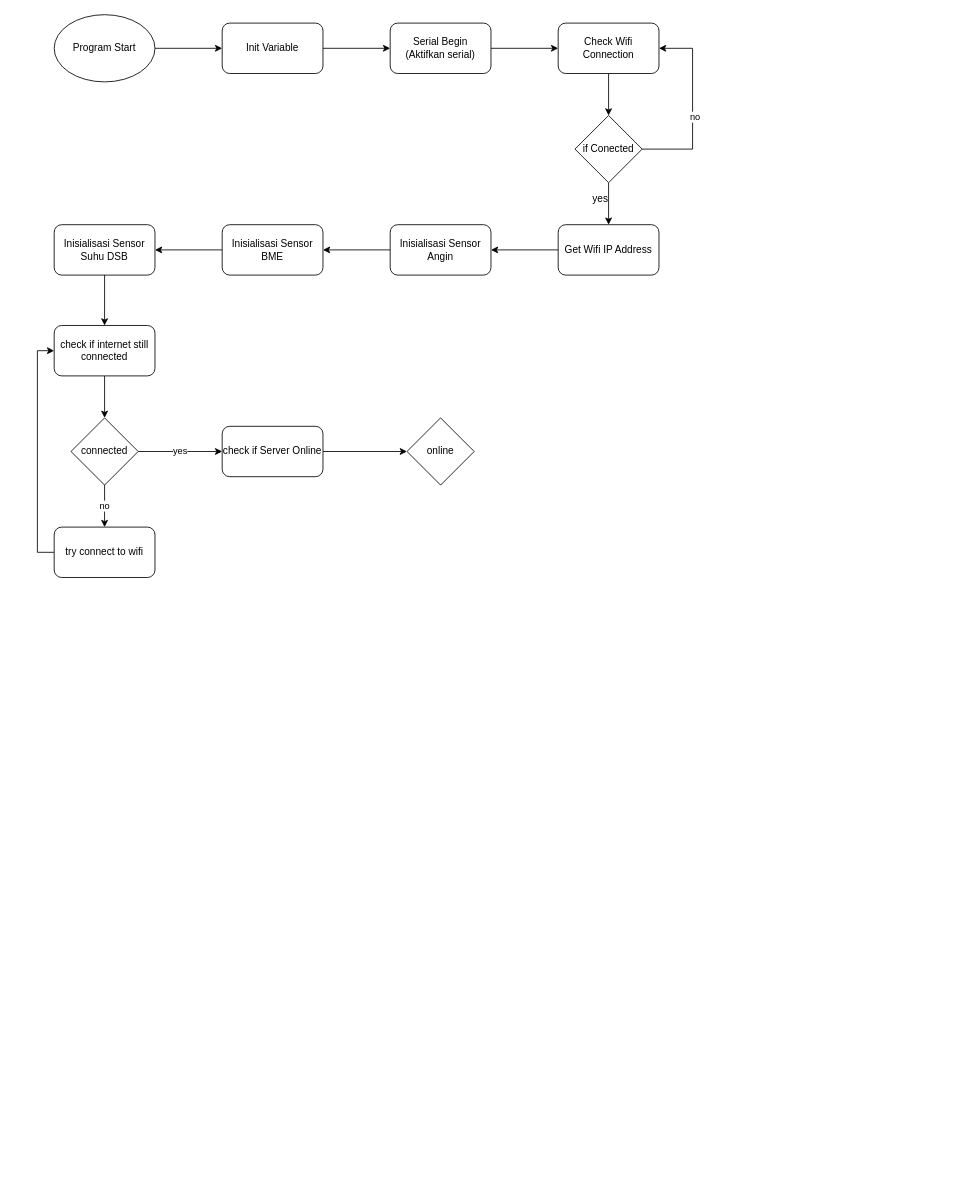
Earlier version of the draw.io diagram Untitled Diagram.drawio (PX-PTA/DWeather). Source tidied: cells renumbered, new cells numbered last; positions are measured from the earlier drawing's top-left corner, leaving out a move shared by most shapes. Both pictures are drawn from the tidied source at 84%, with x=0, y=0 at pixel (54, 14).
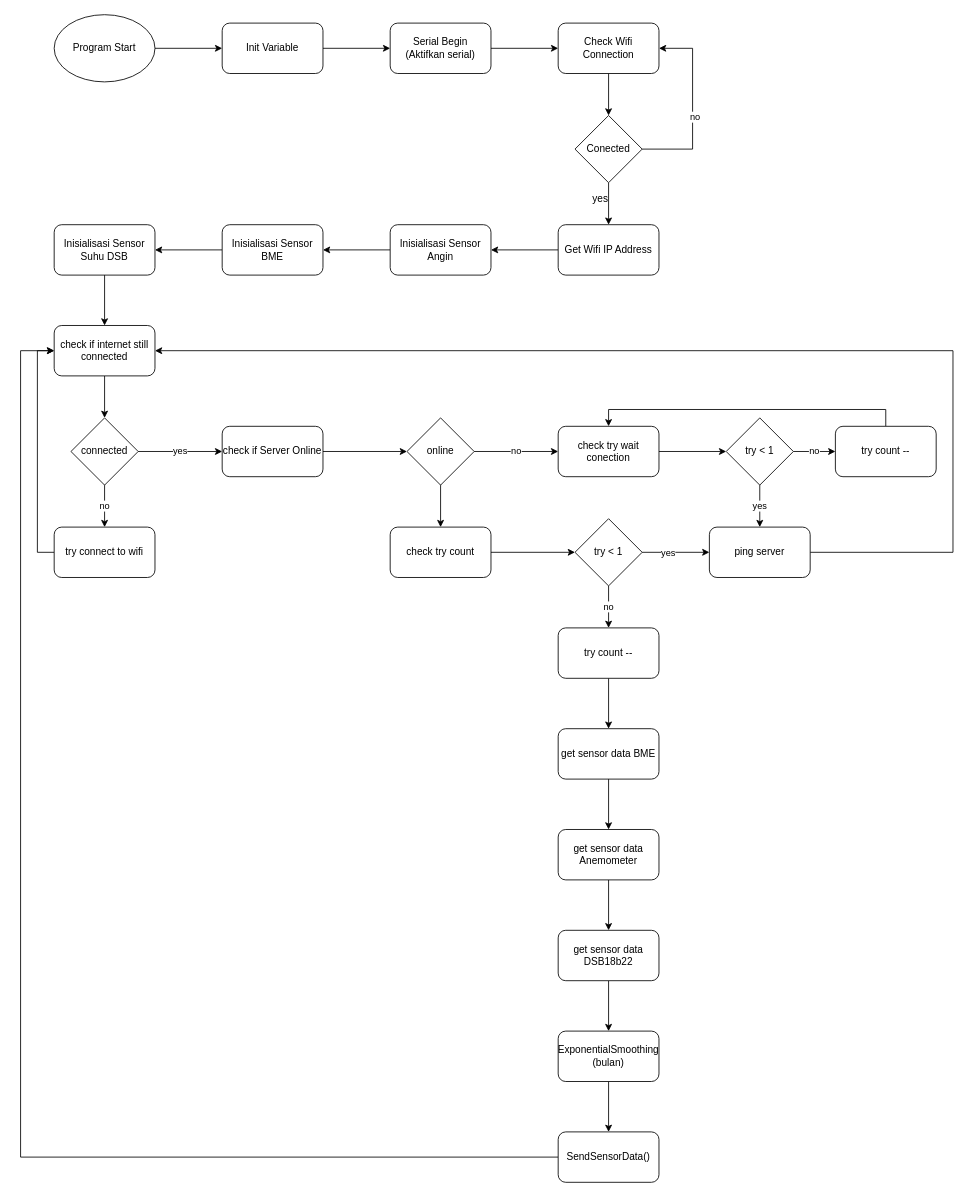
After the change.

The change refers to these unchanged cells:
```xml
<mxCell id="24" value="check if internet still connected" style="rounded=1;whiteSpace=wrap;html=1;" parent="1" vertex="1">
  <mxGeometry y="370" width="120" height="60" as="geometry" />
</mxCell>
<mxCell id="30" value="online" style="rhombus;whiteSpace=wrap;html=1;" parent="1" vertex="1">
  <mxGeometry x="420" y="480" width="80" height="80" as="geometry" />
</mxCell>
```

Change to the diagram source:
```diff
@@
-    <mxCell id="21" value="if Conected" style="rhombus;whiteSpace=wrap;html=1;" parent="1" vertex="1">
+    <mxCell id="21" value="Conected" style="rhombus;whiteSpace=wrap;html=1;" parent="1" vertex="1">
       <mxGeometry x="620" y="120" width="80" height="80" as="geometry" />
     </mxCell>
@@
+    <mxCell id="33" value="no" style="edgeStyle=orthogonalEdgeStyle;rounded=0;jettySize=auto;html=1;entryX=0;entryY=0.5;entryDx=0;entryDy=0;" parent="1" edge="1" source="30" target="36">
+      <mxGeometry relative="1" as="geometry" />
+    </mxCell>
+    <mxCell id="34" style="edgeStyle=orthogonalEdgeStyle;rounded=0;jettySize=auto;html=1;exitX=0.5;exitY=1;exitDx=0;exitDy=0;" parent="1" edge="1" source="30" target="45">
+      <mxGeometry relative="1" as="geometry" />
+    </mxCell>
@@
+    <mxCell id="35" style="edgeStyle=orthogonalEdgeStyle;rounded=0;jettySize=auto;html=1;exitX=1;exitY=0.5;exitDx=0;exitDy=0;entryX=0;entryY=0.5;entryDx=0;entryDy=0;" parent="1" edge="1" source="36" target="39">
+      <mxGeometry relative="1" as="geometry" />
+    </mxCell>
+    <mxCell id="36" value="check try wait conection" style="rounded=1;whiteSpace=wrap;html=1;" parent="1" vertex="1">
+      <mxGeometry x="600" y="490" width="120" height="60" as="geometry" />
+    </mxCell>
+    <mxCell id="37" value="yes" style="edgeStyle=orthogonalEdgeStyle;rounded=0;jettySize=auto;html=1;exitX=0.5;exitY=1;exitDx=0;exitDy=0;entryX=0.5;entryY=0;entryDx=0;entryDy=0;" parent="1" edge="1" source="39" target="41">
+      <mxGeometry relative="1" as="geometry" />
+    </mxCell>
+    <mxCell id="38" value="no" style="edgeStyle=orthogonalEdgeStyle;rounded=0;jettySize=auto;html=1;exitX=1;exitY=0.5;exitDx=0;exitDy=0;entryX=0;entryY=0.5;entryDx=0;entryDy=0;" parent="1" edge="1" source="39" target="43">
+      <mxGeometry relative="1" as="geometry" />
+    </mxCell>
+    <mxCell id="39" value="try &amp;lt; 1" style="rhombus;whiteSpace=wrap;html=1;" parent="1" vertex="1">
+      <mxGeometry x="800" y="480" width="80" height="80" as="geometry" />
+    </mxCell>
+    <mxCell id="40" style="edgeStyle=orthogonalEdgeStyle;rounded=0;jettySize=auto;html=1;exitX=1;exitY=0.5;exitDx=0;exitDy=0;entryX=1;entryY=0.5;entryDx=0;entryDy=0;" parent="1" edge="1" source="41" target="24">
+      <mxGeometry relative="1" as="geometry">
+        <Array as="points">
+          <mxPoint x="1070" y="640" />
+          <mxPoint x="1070" y="400" />
+        </Array>
+      </mxGeometry>
+    </mxCell>
+    <mxCell id="41" value="ping server" style="rounded=1;whiteSpace=wrap;html=1;" parent="1" vertex="1">
+      <mxGeometry x="780" y="610" width="120" height="60" as="geometry" />
+    </mxCell>
+    <mxCell id="42" style="edgeStyle=orthogonalEdgeStyle;rounded=0;jettySize=auto;html=1;exitX=0.5;exitY=0;exitDx=0;exitDy=0;entryX=0.5;entryY=0;entryDx=0;entryDy=0;" parent="1" edge="1" source="43" target="36">
+      <mxGeometry relative="1" as="geometry" />
+    </mxCell>
+    <mxCell id="43" value="try count --" style="rounded=1;whiteSpace=wrap;html=1;" parent="1" vertex="1">
+      <mxGeometry x="930" y="490" width="120" height="60" as="geometry" />
+    </mxCell>
+    <mxCell id="44" style="edgeStyle=orthogonalEdgeStyle;rounded=0;jettySize=auto;html=1;exitX=1;exitY=0.5;exitDx=0;exitDy=0;" parent="1" edge="1" source="45" target="49">
+      <mxGeometry relative="1" as="geometry" />
+    </mxCell>
+    <mxCell id="45" value="check try count" style="rounded=1;whiteSpace=wrap;html=1;" parent="1" vertex="1">
+      <mxGeometry x="400" y="610" width="120" height="60" as="geometry" />
+    </mxCell>
+    <mxCell id="46" style="edgeStyle=orthogonalEdgeStyle;rounded=0;jettySize=auto;html=1;exitX=1;exitY=0.5;exitDx=0;exitDy=0;entryX=0;entryY=0.5;entryDx=0;entryDy=0;" parent="1" edge="1" source="49" target="41">
+      <mxGeometry relative="1" as="geometry" />
+    </mxCell>
+    <mxCell id="47" value="yes" style="edgeLabel;html=1;align=center;verticalAlign=middle;" parent="46" vertex="1">
+      <mxGeometry x="-0.72" y="-3" relative="1" as="geometry">
+        <mxPoint x="19" y="-3" as="offset" />
+      </mxGeometry>
+    </mxCell>
+    <mxCell id="48" value="no" style="edgeStyle=orthogonalEdgeStyle;rounded=0;jettySize=auto;html=1;exitX=0.5;exitY=1;exitDx=0;exitDy=0;entryX=0.5;entryY=0;entryDx=0;entryDy=0;" parent="1" edge="1" source="49" target="51">
+      <mxGeometry relative="1" as="geometry" />
+    </mxCell>
+    <mxCell id="49" value="try &amp;lt; 1" style="rhombus;whiteSpace=wrap;html=1;" parent="1" vertex="1">
+      <mxGeometry x="620" y="600" width="80" height="80" as="geometry" />
+    </mxCell>
+    <mxCell id="50" style="edgeStyle=orthogonalEdgeStyle;rounded=0;jettySize=auto;html=1;exitX=0.5;exitY=1;exitDx=0;exitDy=0;entryX=0.5;entryY=0;entryDx=0;entryDy=0;" parent="1" edge="1" source="51" target="53">
+      <mxGeometry relative="1" as="geometry" />
+    </mxCell>
+    <mxCell id="51" value="try count --" style="rounded=1;whiteSpace=wrap;html=1;" parent="1" vertex="1">
+      <mxGeometry x="600" y="730" width="120" height="60" as="geometry" />
+    </mxCell>
+    <mxCell id="52" style="edgeStyle=orthogonalEdgeStyle;rounded=0;jettySize=auto;html=1;exitX=0.5;exitY=1;exitDx=0;exitDy=0;entryX=0.5;entryY=0;entryDx=0;entryDy=0;" parent="1" edge="1" source="53" target="55">
+      <mxGeometry relative="1" as="geometry" />
+    </mxCell>
+    <mxCell id="53" value="get sensor data BME" style="rounded=1;whiteSpace=wrap;html=1;" parent="1" vertex="1">
+      <mxGeometry x="600" y="850" width="120" height="60" as="geometry" />
+    </mxCell>
+    <mxCell id="54" style="edgeStyle=orthogonalEdgeStyle;rounded=0;jettySize=auto;html=1;exitX=0.5;exitY=1;exitDx=0;exitDy=0;entryX=0.5;entryY=0;entryDx=0;entryDy=0;" parent="1" edge="1" source="55" target="57">
+      <mxGeometry relative="1" as="geometry" />
+    </mxCell>
+    <mxCell id="55" value="get sensor data Anemometer" style="rounded=1;whiteSpace=wrap;html=1;" parent="1" vertex="1">
+      <mxGeometry x="600" y="970" width="120" height="60" as="geometry" />
+    </mxCell>
+    <mxCell id="56" style="edgeStyle=orthogonalEdgeStyle;rounded=0;jettySize=auto;html=1;exitX=0.5;exitY=1;exitDx=0;exitDy=0;entryX=0.5;entryY=0;entryDx=0;entryDy=0;" parent="1" edge="1" source="57" target="59">
+      <mxGeometry relative="1" as="geometry" />
+    </mxCell>
+    <mxCell id="57" value="get sensor data DSB18b22" style="rounded=1;whiteSpace=wrap;html=1;" parent="1" vertex="1">
+      <mxGeometry x="600" y="1090" width="120" height="60" as="geometry" />
+    </mxCell>
+    <mxCell id="58" style="edgeStyle=orthogonalEdgeStyle;rounded=0;jettySize=auto;html=1;exitX=0.5;exitY=1;exitDx=0;exitDy=0;" parent="1" edge="1" source="59" target="61">
+      <mxGeometry relative="1" as="geometry" />
+    </mxCell>
+    <mxCell id="59" value="ExponentialSmoothing (bulan)" style="rounded=1;whiteSpace=wrap;html=1;" parent="1" vertex="1">
+      <mxGeometry x="600" y="1210" width="120" height="60" as="geometry" />
+    </mxCell>
+    <mxCell id="60" style="edgeStyle=orthogonalEdgeStyle;rounded=0;jettySize=auto;html=1;exitX=0;exitY=0.5;exitDx=0;exitDy=0;" parent="1" edge="1" source="61">
+      <mxGeometry relative="1" as="geometry">
+        <mxPoint y="400" as="targetPoint" />
+        <Array as="points">
+          <mxPoint x="-40" y="1360" />
+          <mxPoint x="-40" y="400" />
+        </Array>
+      </mxGeometry>
+    </mxCell>
+    <mxCell id="61" value="SendSensorData()" style="rounded=1;whiteSpace=wrap;html=1;" parent="1" vertex="1">
+      <mxGeometry x="600" y="1330" width="120" height="60" as="geometry" />
+    </mxCell>
```
